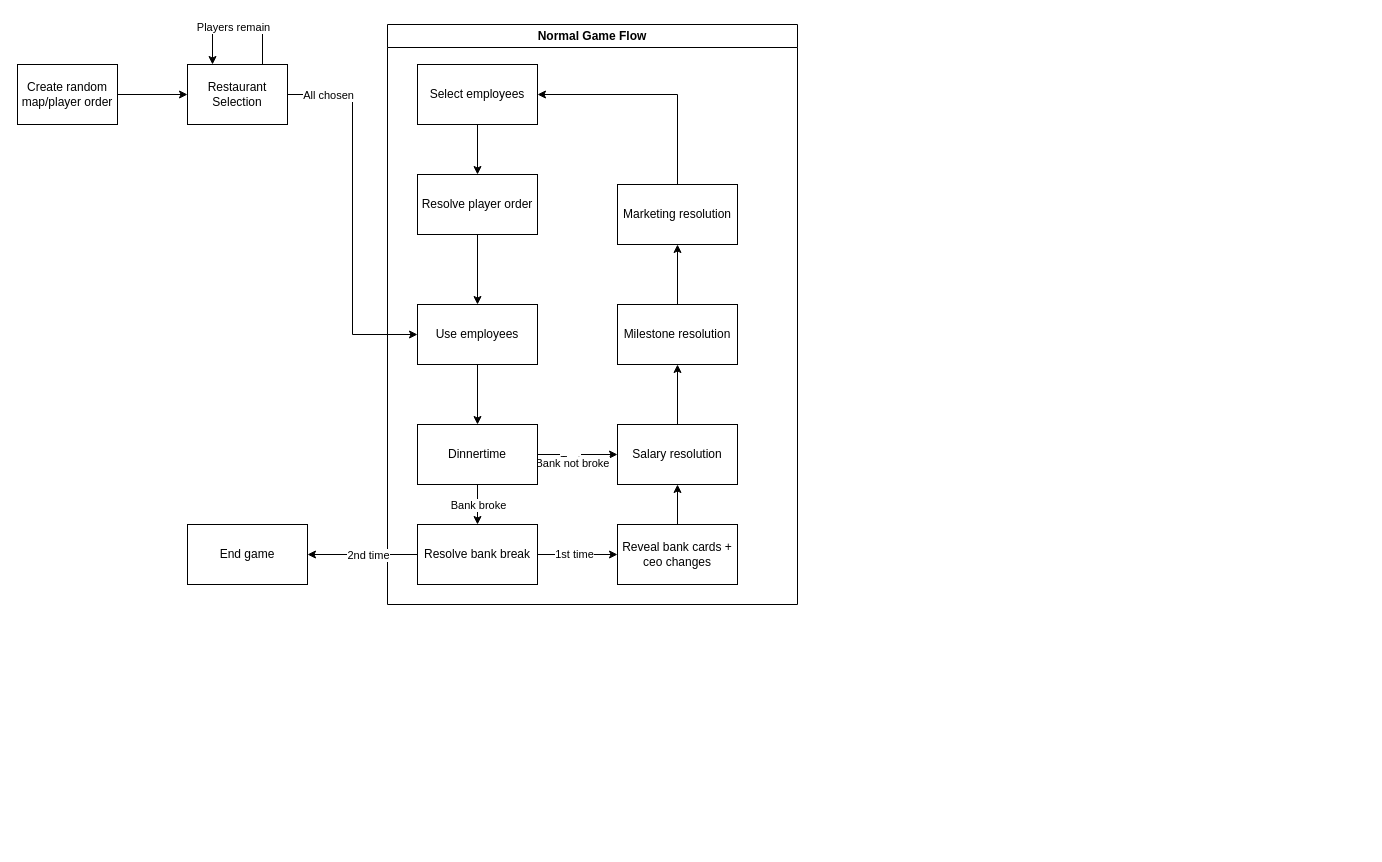
This is docs/game_fsm.drawio from luboise/open-magnate, a draw.io file, before an edit. Source tidied: cells renumbered, new cells numbered last; positions are measured from the earlier drawing's top-left corner, leaving out a move shared by most shapes. Both pictures are drawn from the tidied source at 100%, with x=0, y=0 at pixel (17, 24).
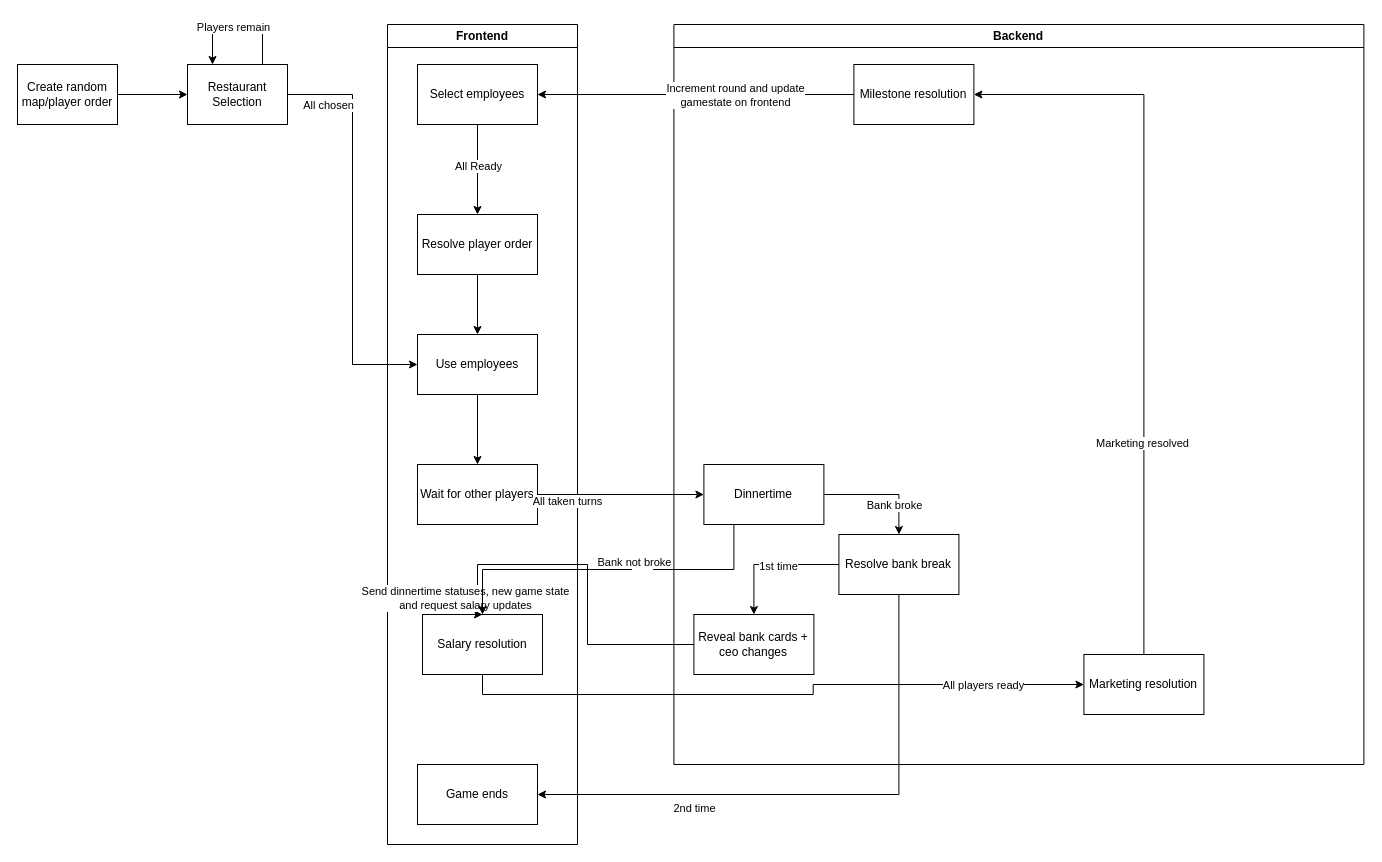
Above is the later version.

Unchanged cells that the change refers to:
```xml
<mxCell id="9" style="edgeStyle=orthogonalEdgeStyle;rounded=0;jettySize=auto;html=1;exitX=0.5;exitY=1;exitDx=0;exitDy=0;" parent="1" edge="1" source="10" target="14">
  <mxGeometry relative="1" as="geometry" />
</mxCell>
<mxCell id="10" value="Select employees" style="whiteSpace=wrap;html=1;" parent="1" vertex="1">
  <mxGeometry x="400" y="40" width="120" height="60" as="geometry" />
</mxCell>
```

What changed in the source:
```diff
@@
+    <mxCell id="36" value="All Ready" style="edgeLabel;html=1;align=center;verticalAlign=middle;" parent="9" vertex="1">
+      <mxGeometry x="-0.21" y="-1" relative="1" as="geometry">
+        <mxPoint x="1" y="5" as="offset" />
+      </mxGeometry>
+    </mxCell>
@@
+    <mxCell id="15" value="Frontend" style="swimlane;whiteSpace=wrap;html=1;" parent="1" vertex="1">
+      <mxGeometry x="370" width="190" height="820" as="geometry" />
+    </mxCell>
-    <mxCell id="11" style="edgeStyle=orthogonalEdgeStyle;rounded=0;jettySize=auto;html=1;exitX=0.5;exitY=1;exitDx=0;exitDy=0;" parent="1" edge="1" source="12" target="21">
+    <mxCell id="11" style="edgeStyle=orthogonalEdgeStyle;rounded=0;jettySize=auto;html=1;exitX=0.5;exitY=1;exitDx=0;exitDy=0;" parent="15" edge="1" source="12" target="37">
       <mxGeometry relative="1" as="geometry" />
     </mxCell>
-    <mxCell id="12" value="Use employees" style="whiteSpace=wrap;html=1;" parent="1" vertex="1">
-      <mxGeometry x="400" y="280" width="120" height="60" as="geometry" />
+    <mxCell id="12" value="Use employees" style="whiteSpace=wrap;html=1;" parent="15" vertex="1">
+      <mxGeometry x="30" y="310" width="120" height="60" as="geometry" />
     </mxCell>
-    <mxCell id="13" style="edgeStyle=orthogonalEdgeStyle;rounded=0;jettySize=auto;html=1;exitX=0.5;exitY=1;exitDx=0;exitDy=0;" parent="1" edge="1" source="14" target="12">
+    <mxCell id="13" style="edgeStyle=orthogonalEdgeStyle;rounded=0;jettySize=auto;html=1;exitX=0.5;exitY=1;exitDx=0;exitDy=0;" parent="15" edge="1" source="14" target="12">
       <mxGeometry relative="1" as="geometry" />
     </mxCell>
-    <mxCell id="14" value="Resolve player order" style="whiteSpace=wrap;html=1;" parent="1" vertex="1">
-      <mxGeometry x="400" y="150" width="120" height="60" as="geometry" />
+    <mxCell id="14" value="Resolve player order" style="whiteSpace=wrap;html=1;" parent="15" vertex="1">
+      <mxGeometry x="30" y="190" width="120" height="60" as="geometry" />
     </mxCell>
-    <mxCell id="15" value="Normal Game Flow" style="swimlane;whiteSpace=wrap;html=1;" parent="1" vertex="1">
-      <mxGeometry x="370" width="410" height="580" as="geometry" />
-    </mxCell>
-    <mxCell id="16" style="edgeStyle=orthogonalEdgeStyle;rounded=0;jettySize=auto;html=1;exitX=1;exitY=0.5;exitDx=0;exitDy=0;" parent="15" edge="1" source="21" target="23">
-      <mxGeometry relative="1" as="geometry" />
-    </mxCell>
-    <mxCell id="17" value="Text" style="edgeLabel;html=1;align=center;verticalAlign=middle;" parent="16" vertex="1">
-      <mxGeometry x="-0.2" y="-5" relative="1" as="geometry" />
-    </mxCell>
-    <mxCell id="18" value="Bank not broke" style="edgeLabel;html=1;align=center;verticalAlign=middle;" parent="16" vertex="1">
-      <mxGeometry x="-0.15" y="-8" relative="1" as="geometry" />
-    </mxCell>
+    <mxCell id="37" value="Wait for other players" style="whiteSpace=wrap;html=1;" parent="15" vertex="1">
+      <mxGeometry x="30" y="440" width="120" height="60" as="geometry" />
+    </mxCell>
+    <mxCell id="23" value="Salary resolution" style="whiteSpace=wrap;html=1;" parent="15" vertex="1">
+      <mxGeometry x="35" y="590" width="120" height="60" as="geometry" />
+    </mxCell>
+    <mxCell id="38" value="Game ends" style="whiteSpace=wrap;html=1;" parent="15" vertex="1">
+      <mxGeometry x="30" y="740" width="120" height="60" as="geometry" />
+    </mxCell>
+    <mxCell id="39" value="Backend" style="swimlane;whiteSpace=wrap;html=1;" parent="1" vertex="1">
+      <mxGeometry x="656.4" width="690" height="740" as="geometry" />
+    </mxCell>
-    <mxCell id="19" style="edgeStyle=orthogonalEdgeStyle;rounded=0;jettySize=auto;html=1;exitX=0.5;exitY=1;exitDx=0;exitDy=0;" parent="15" edge="1" source="21" target="29">
+    <mxCell id="19" style="edgeStyle=orthogonalEdgeStyle;rounded=0;jettySize=auto;html=1;" parent="39" edge="1" source="21" target="29">
       <mxGeometry relative="1" as="geometry" />
     </mxCell>
     <mxCell id="20" value="Bank broke" style="edgeLabel;html=1;align=center;verticalAlign=middle;" parent="19" vertex="1">
       <mxGeometry x="-0.36" relative="1" as="geometry">
-        <mxPoint y="7" as="offset" />
+        <mxPoint x="33" y="10" as="offset" />
       </mxGeometry>
     </mxCell>
-    <mxCell id="21" value="Dinnertime" style="whiteSpace=wrap;html=1;" parent="15" vertex="1">
-      <mxGeometry x="30" y="400" width="120" height="60" as="geometry" />
+    <mxCell id="21" value="Dinnertime" style="whiteSpace=wrap;html=1;" parent="39" vertex="1">
+      <mxGeometry x="30" y="440" width="120" height="60" as="geometry" />
     </mxCell>
-    <mxCell id="22" style="edgeStyle=orthogonalEdgeStyle;rounded=0;jettySize=auto;html=1;exitX=0.5;exitY=0;exitDx=0;exitDy=0;" parent="15" edge="1" source="23" target="25">
-      <mxGeometry relative="1" as="geometry" />
-    </mxCell>
-    <mxCell id="23" value="Salary resolution" style="whiteSpace=wrap;html=1;" parent="15" vertex="1">
-      <mxGeometry x="230" y="400" width="120" height="60" as="geometry" />
-    </mxCell>
-    <mxCell id="24" style="edgeStyle=orthogonalEdgeStyle;rounded=0;jettySize=auto;html=1;exitX=0.5;exitY=0;exitDx=0;exitDy=0;" parent="15" edge="1" source="25" target="26">
-      <mxGeometry relative="1" as="geometry" />
-    </mxCell>
-    <mxCell id="25" value="Milestone resolution" style="whiteSpace=wrap;html=1;" parent="15" vertex="1">
-      <mxGeometry x="230" y="280" width="120" height="60" as="geometry" />
+    <mxCell id="25" value="Milestone resolution" style="whiteSpace=wrap;html=1;" parent="39" vertex="1">
+      <mxGeometry x="180" y="40" width="120" height="60" as="geometry" />
     </mxCell>
+    <mxCell id="40" style="edgeStyle=orthogonalEdgeStyle;rounded=0;jettySize=auto;html=1;exitX=0.5;exitY=0;exitDx=0;exitDy=0;entryX=1;entryY=0.5;entryDx=0;entryDy=0;" parent="39" edge="1" source="26" target="25">
+      <mxGeometry relative="1" as="geometry" />
+    </mxCell>
+    <mxCell id="41" value="Marketing resolved" style="edgeLabel;html=1;align=center;verticalAlign=middle;" parent="40" vertex="1">
+      <mxGeometry x="-0.42" y="2" relative="1" as="geometry" />
+    </mxCell>
-    <mxCell id="26" value="Marketing resolution" style="whiteSpace=wrap;html=1;" parent="15" vertex="1">
-      <mxGeometry x="230" y="160" width="120" height="60" as="geometry" />
+    <mxCell id="26" value="Marketing resolution" style="whiteSpace=wrap;html=1;" parent="39" vertex="1">
+      <mxGeometry x="410" y="630" width="120" height="60" as="geometry" />
     </mxCell>
-    <mxCell id="27" style="edgeStyle=orthogonalEdgeStyle;rounded=0;jettySize=auto;html=1;exitX=1;exitY=0.5;exitDx=0;exitDy=0;" parent="15" edge="1" source="29" target="31">
+    <mxCell id="27" style="edgeStyle=orthogonalEdgeStyle;rounded=0;jettySize=auto;html=1;" parent="39" edge="1" source="29" target="31">
       <mxGeometry relative="1" as="geometry" />
     </mxCell>
@@
-    <mxCell id="29" value="Resolve bank break" style="whiteSpace=wrap;html=1;" parent="15" vertex="1">
-      <mxGeometry x="30" y="500" width="120" height="60" as="geometry" />
+    <mxCell id="29" value="Resolve bank break" style="whiteSpace=wrap;html=1;" parent="39" vertex="1">
+      <mxGeometry x="165" y="510" width="120" height="60" as="geometry" />
     </mxCell>
+    <mxCell id="31" value="Reveal bank cards + ceo changes" style="whiteSpace=wrap;html=1;" parent="39" vertex="1">
+      <mxGeometry x="20" y="590" width="120" height="60" as="geometry" />
+    </mxCell>
+    <mxCell id="42" style="edgeStyle=orthogonalEdgeStyle;rounded=0;jettySize=auto;html=1;exitX=1;exitY=0.5;exitDx=0;exitDy=0;entryX=0;entryY=0.5;entryDx=0;entryDy=0;" parent="1" edge="1" source="37" target="21">
+      <mxGeometry relative="1" as="geometry" />
+    </mxCell>
+    <mxCell id="43" value="All taken turns" style="edgeLabel;html=1;align=center;verticalAlign=middle;" parent="42" vertex="1">
+      <mxGeometry x="-0.36" y="-6" relative="1" as="geometry">
+        <mxPoint x="-24" as="offset" />
+      </mxGeometry>
+    </mxCell>
-    <mxCell id="30" style="edgeStyle=orthogonalEdgeStyle;rounded=0;jettySize=auto;html=1;exitX=0.5;exitY=0;exitDx=0;exitDy=0;" parent="15" edge="1" source="31" target="23">
-      <mxGeometry relative="1" as="geometry" />
+    <mxCell id="30" style="edgeStyle=orthogonalEdgeStyle;rounded=0;jettySize=auto;html=1;entryX=0.5;entryY=0;entryDx=0;entryDy=0;" parent="1" edge="1" source="31" target="23">
+      <mxGeometry relative="1" as="geometry">
+        <Array as="points">
+          <mxPoint x="570" y="620" />
+          <mxPoint x="570" y="540" />
+          <mxPoint x="460" y="540" />
+        </Array>
+      </mxGeometry>
     </mxCell>
-    <mxCell id="31" value="Reveal bank cards + ceo changes" style="whiteSpace=wrap;html=1;" parent="15" vertex="1">
-      <mxGeometry x="230" y="500" width="120" height="60" as="geometry" />
-    </mxCell>
-    <mxCell id="32" value="End game" style="whiteSpace=wrap;html=1;" parent="1" vertex="1">
-      <mxGeometry x="170" y="500" width="120" height="60" as="geometry" />
-    </mxCell>
-    <mxCell id="33" style="rounded=0;jettySize=auto;html=1;exitX=0;exitY=0.5;exitDx=0;exitDy=0;entryX=1;entryY=0.5;entryDx=0;entryDy=0;" parent="1" edge="1" source="29" target="32">
-      <mxGeometry relative="1" as="geometry" />
-    </mxCell>
+    <mxCell id="44" value="Send dinnertime statuses, new game state &lt;br&gt;and request salary updates" style="edgeLabel;html=1;align=center;verticalAlign=middle;" parent="30" vertex="1">
+      <mxGeometry x="-0.05" y="-4" relative="1" as="geometry">
+        <mxPoint x="-127" y="14" as="offset" />
+      </mxGeometry>
+    </mxCell>
+    <mxCell id="45" style="edgeStyle=orthogonalEdgeStyle;rounded=0;jettySize=auto;html=1;" parent="1" edge="1" source="25" target="10">
+      <mxGeometry relative="1" as="geometry" />
+    </mxCell>
+    <mxCell id="46" value="Increment round and update&lt;br&gt;gamestate on frontend" style="edgeLabel;html=1;align=center;verticalAlign=middle;" parent="45" vertex="1">
+      <mxGeometry x="0.03" relative="1" as="geometry">
+        <mxPoint x="44" as="offset" />
+      </mxGeometry>
+    </mxCell>
+    <mxCell id="47" style="edgeStyle=orthogonalEdgeStyle;rounded=0;jettySize=auto;html=1;exitX=0.5;exitY=1;exitDx=0;exitDy=0;entryX=1;entryY=0.5;entryDx=0;entryDy=0;" parent="1" edge="1" source="29" target="38">
+      <mxGeometry relative="1" as="geometry" />
+    </mxCell>
-    <mxCell id="34" value="2nd time" style="edgeLabel;html=1;align=center;verticalAlign=middle;" parent="33" vertex="1">
-      <mxGeometry x="-0.36" y="-1" relative="1" as="geometry">
-        <mxPoint x="-15" y="1" as="offset" />
+    <mxCell id="34" value="2nd time" style="edgeLabel;html=1;align=center;verticalAlign=middle;" parent="47" vertex="1">
+      <mxGeometry x="-0.55" y="1" relative="1" as="geometry">
+        <mxPoint x="-206" y="87" as="offset" />
       </mxGeometry>
     </mxCell>
-    <mxCell id="35" style="edgeStyle=orthogonalEdgeStyle;rounded=0;jettySize=auto;html=1;entryX=1;entryY=0.5;entryDx=0;entryDy=0;exitX=0.5;exitY=0;exitDx=0;exitDy=0;" parent="1" edge="1" source="26" target="10">
-      <mxGeometry relative="1" as="geometry" />
-    </mxCell>
+    <mxCell id="16" style="edgeStyle=orthogonalEdgeStyle;rounded=0;jettySize=auto;html=1;exitX=0.25;exitY=1;exitDx=0;exitDy=0;" parent="1" edge="1" source="21" target="23">
+      <mxGeometry relative="1" as="geometry" />
+    </mxCell>
+    <mxCell id="17" value="Text" style="edgeLabel;html=1;align=center;verticalAlign=middle;" parent="16" vertex="1">
+      <mxGeometry x="-0.2" y="-5" relative="1" as="geometry" />
+    </mxCell>
+    <mxCell id="18" value="Bank not broke" style="edgeLabel;html=1;align=center;verticalAlign=middle;" parent="16" vertex="1">
+      <mxGeometry x="-0.15" y="-8" relative="1" as="geometry" />
+    </mxCell>
+    <mxCell id="48" style="edgeStyle=orthogonalEdgeStyle;rounded=0;jettySize=auto;html=1;exitX=0.5;exitY=1;exitDx=0;exitDy=0;" parent="1" edge="1" source="23" target="26">
+      <mxGeometry relative="1" as="geometry" />
+    </mxCell>
+    <mxCell id="49" value="All players ready" style="edgeLabel;html=1;align=center;verticalAlign=middle;" parent="48" vertex="1">
+      <mxGeometry x="0.68" relative="1" as="geometry" />
+    </mxCell>
```
